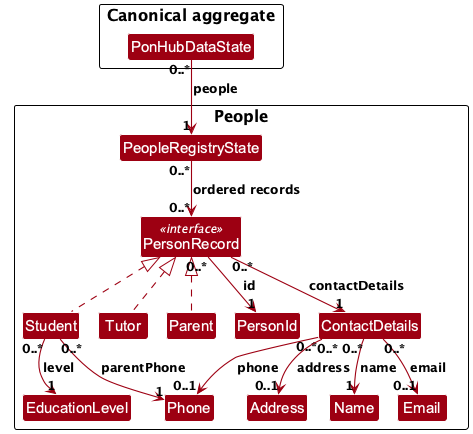
Above: docs/images/PersonRecordClassDiagram.png in AY2627S1-CS2103T-F13-3/tp (PlantUML), before the change.
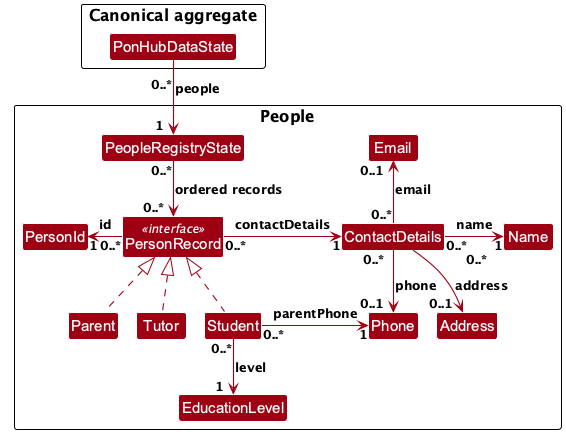
Later version of the same file.

Commit message:
Separate person-record diagram counts

Move multiplicities clear of connectors, arrowheads and the aggregate
package border without changing the 13 relationships.

Reuse Yang Shuo's #484 layout work, then complete the remaining count
spacing under the assigned #443 handoff. Keep #484 and its original
commits untouched; this current-base increment avoids retired ancestry.

Prepared with OpenAI Codex assistance.

What changed in the source:
```diff
@@ -3,8 +3,8 @@
 !pragma layout smetana
 
 skinparam linetype ortho
-skinparam nodesep 30
-skinparam ranksep 40
+skinparam nodesep 45
+skinparam ranksep 55
 skinparam arrowThickness 1.1
 skinparam arrowColor MODEL_COLOR
 skinparam classBackgroundColor MODEL_COLOR
@@ -28,19 +28,23 @@
     class EducationLevel
 }
 
-PonHubDataState "0..*" --> "1" PeopleRegistryState : people
-PeopleRegistryState "0..*" --> "0..*" PersonRecord : ordered records
+PonHubDataState "\n0..*" --> "1<U+00A0><U+00A0>" PeopleRegistryState : people
+PeopleRegistryState "0..*" --> "0..*<U+00A0><U+00A0>" PersonRecord : ordered records
 
-PersonRecord <|.. Student
-PersonRecord <|.. Tutor
-PersonRecord <|.. Parent
-PersonRecord "0..*" --> "1" PersonId : id
-PersonRecord "0..*" --> "1" ContactDetails : contactDetails
-ContactDetails "0..*" --> "1" Name : name
-ContactDetails "0..*" --> "0..1" Phone : phone
-ContactDetails "0..*" --> "0..1" Email : email
-ContactDetails "0..*" --> "0..1" Address : address
-Student "0..*" --> "1" EducationLevel : level
-Student "0..*" --> "1" Phone : parentPhone
+Parent .up.|> PersonRecord
+Tutor .up.|> PersonRecord
+Student .up.|> PersonRecord
+PersonRecord "0..*" -left-> "1" PersonId : id
+PersonRecord "0..*" -right-> "1" ContactDetails : contactDetails
+ContactDetails "0..*" -right-> "1" Name : name
+ContactDetails "0..*<U+00A0><U+00A0>" -down-> "0..1<U+00A0><U+00A0>" Phone : phone
+ContactDetails "0..*" -up-> "0..1<U+00A0><U+00A0>" Email : email
+ContactDetails "<U+00A0><U+00A0><U+00A0><U+00A0><U+00A0><U+00A0><U+00A0><U+00A0><U+00A0><U+00A0><U+00A0><U+00A0>0..*" -down-> "0..1<U+00A0><U+00A0>" Address : address
+Student "0..*" -down-> "1<U+00A0><U+00A0>" EducationLevel : level
+Student "0..*" -right-> "1" Phone : parentPhone
+
+Parent -[hidden]right- Tutor
+Tutor -[hidden]right- Student
+Phone -[hidden]right- Address
 
 @enduml
```
